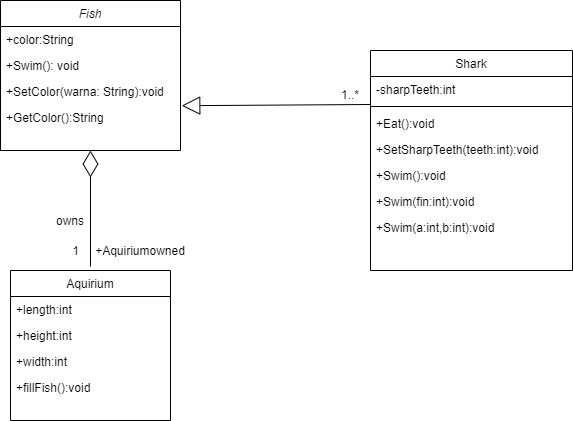
azrinfaiz/Week2ClassDiagram keeps this draw.io diagram as Katcak.png. Above is the earlier version. Source tidied: cells renumbered, new cells last; positions are measured from the earlier drawing's top-left corner, leaving out a move shared by most shapes.
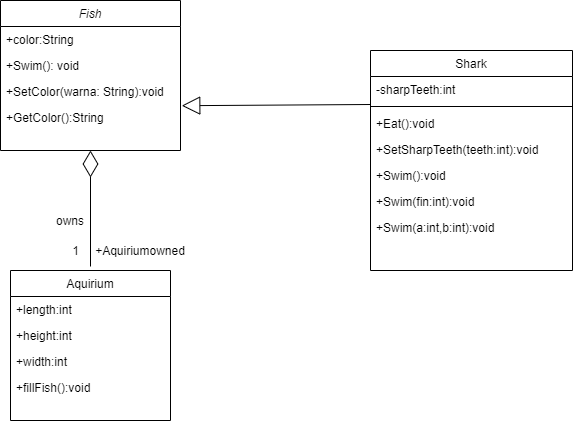
Above is the later version.

The edit, as a diff of the source:
```diff
@@ -17,9 +17,6 @@
     <mxCell id="6" value="+GetColor():String" style="text;align=left;verticalAlign=top;spacingLeft=4;spacingRight=4;overflow=hidden;points=[[0,0.5],[1,0.5]];portConstraint=eastwest;rounded=0;shadow=0;html=0;" parent="2" vertex="1">
       <mxGeometry y="104" width="180" height="20" as="geometry" />
     </mxCell>
-    <mxCell id="7" value="1..*" style="text;html=1;strokeColor=none;fillColor=none;align=center;verticalAlign=middle;whiteSpace=wrap;rounded=0;" parent="1" vertex="1">
-      <mxGeometry x="330" y="84" width="40" height="20" as="geometry" />
-    </mxCell>
     <mxCell id="8" value="1" style="text;html=1;align=center;verticalAlign=middle;" parent="1" vertex="1">
       <mxGeometry x="65" y="240" width="20" height="20" as="geometry" />
     </mxCell>
@@ -53,8 +50,10 @@
     <mxCell id="18" value="+Swim(a:int,b:int):void" style="text;align=left;verticalAlign=top;spacingLeft=4;spacingRight=4;overflow=hidden;" parent="11" vertex="1">
       <mxGeometry y="164" width="202" height="26" as="geometry" />
     </mxCell>
-    <mxCell id="19" style="endArrow=block;endSize=16;endFill=0;html=1;exitX=1;exitY=1;exitDx=0;exitDy=0;entryX=1.007;entryY=0.06;entryDx=0;entryDy=0;entryPerimeter=0;" parent="1" edge="1" source="7" target="6">
-      <mxGeometry relative="1" as="geometry" />
+    <mxCell id="19" style="endArrow=block;endSize=16;endFill=0;html=1;exitX=1;exitY=1;exitDx=0;exitDy=0;entryX=1.007;entryY=0.06;entryDx=0;entryDy=0;entryPerimeter=0;" parent="1" edge="1" target="6">
+      <mxGeometry relative="1" as="geometry">
+        <mxPoint x="370" y="104" as="sourcePoint" />
+      </mxGeometry>
     </mxCell>
     <mxCell id="20" value="Aquirium&#10;" style="swimlane;fontStyle=0;align=center;verticalAlign=top;horizontal=1;startSize=26;rounded=0;shadow=0;strokeWidth=1;" parent="1" vertex="1">
       <mxGeometry x="10" y="270" width="160" height="150" as="geometry" />
```
